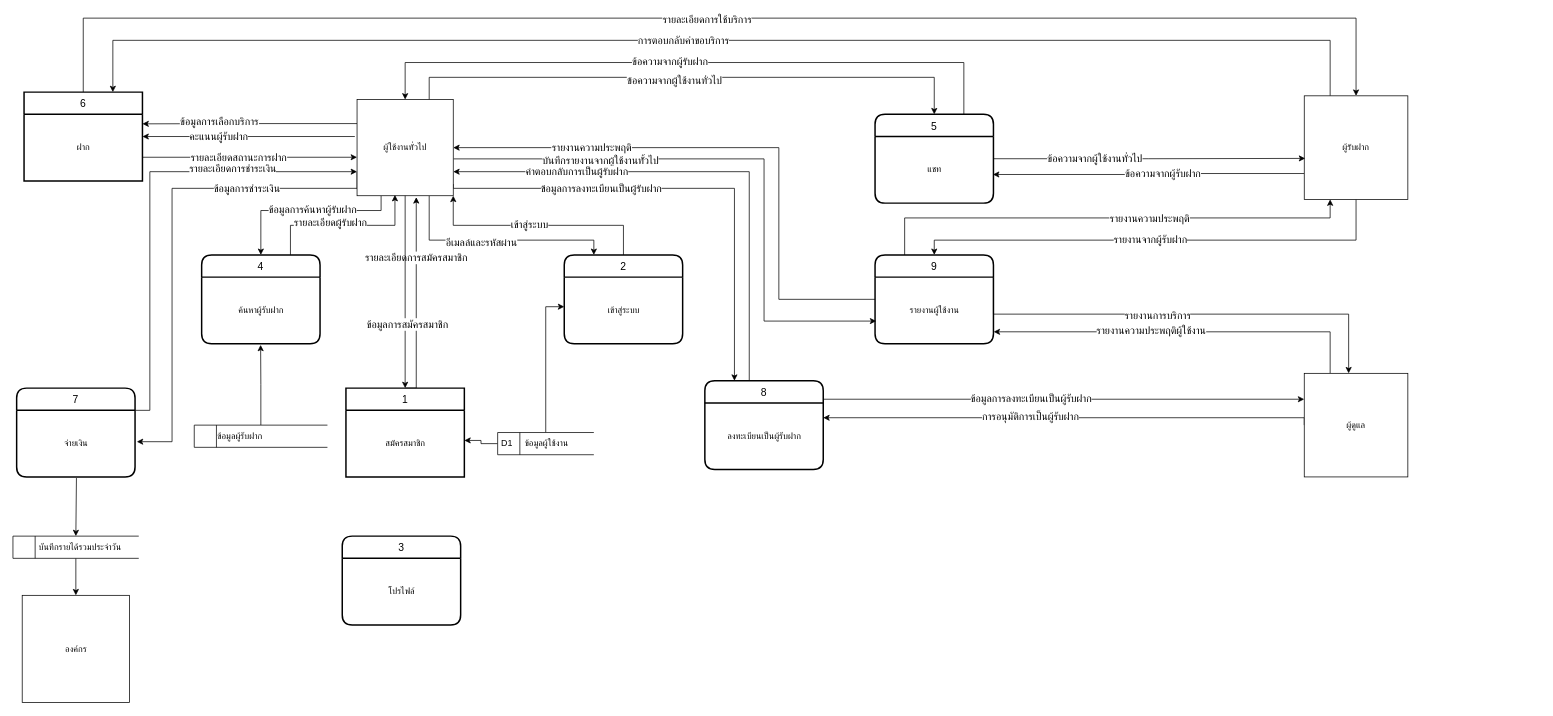
Above: page "level0" (3 of 13) of ProjectProcesses/HostDog_5DFD/dfd.drawio in Hostdogs/Project_Hostdog (draw.io), before the change. Source tidied: cells renumbered, new cells numbered last; positions are measured from the earlier drawing's top-left corner, leaving out a move shared by most shapes. Both pictures are drawn from the tidied source at 74%, with x=0, y=0 at pixel (13, 18).
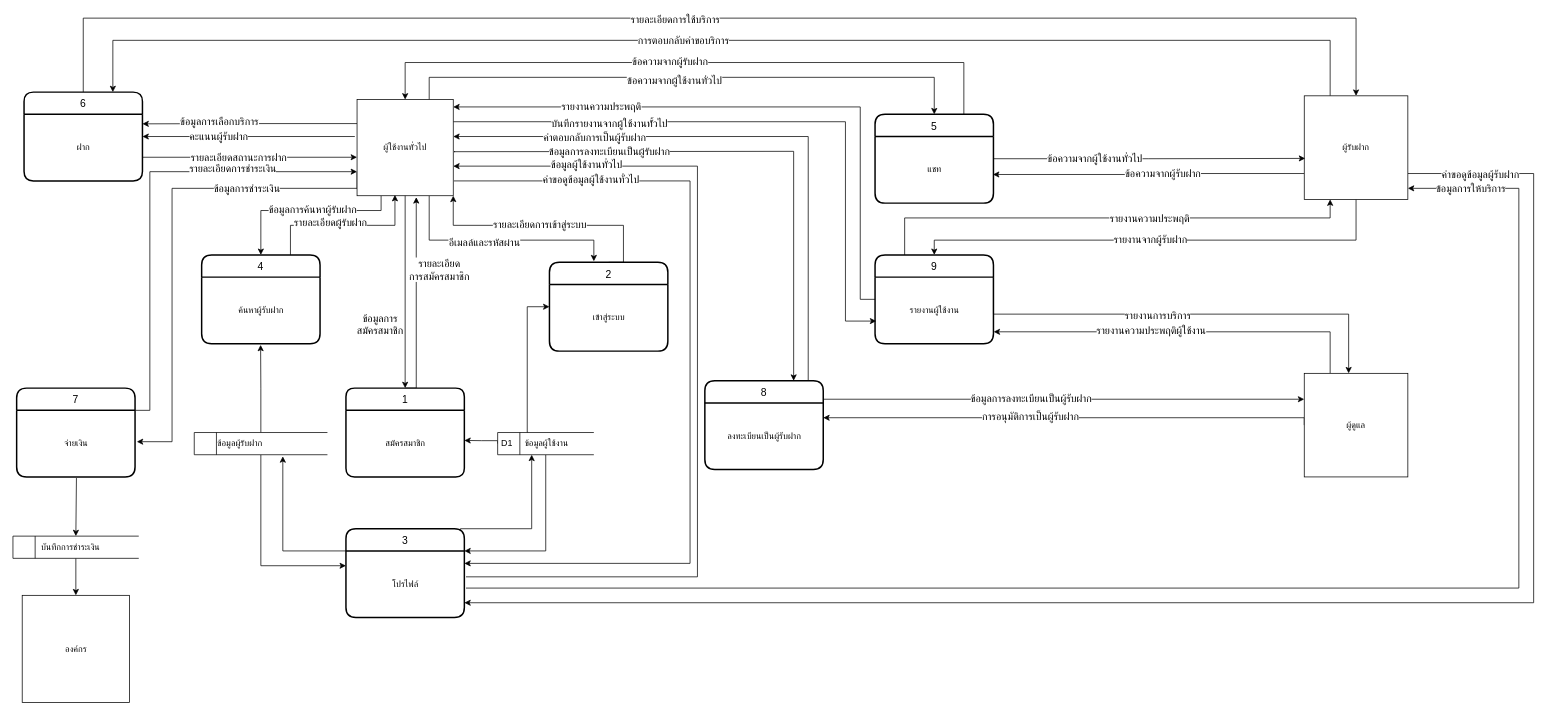
After the change.

The change refers to these unchanged cells:
```xml
<mxCell id="16" value="ผู้ใช้งานทั่วไป" style="whiteSpace=wrap;html=1;align=center;" parent="1" vertex="1">
  <mxGeometry x="465" y="110" width="130" height="130" as="geometry" />
</mxCell>
<mxCell id="28" value="ผู้รับฝาก" style="whiteSpace=wrap;html=1;align=center;" parent="1" vertex="1">
  <mxGeometry x="1745" y="105" width="140" height="140" as="geometry" />
</mxCell>
<mxCell id="29" style="edgeStyle=orthogonalEdgeStyle;rounded=0;jettySize=auto;html=1;exitX=0.5;exitY=0;exitDx=0;exitDy=0;entryX=1;entryY=1;entryDx=0;entryDy=0;fontSize=14;" parent="1" edge="1" source="31" target="16">
  <mxGeometry relative="1" as="geometry">
    <Array as="points">
      <mxPoint x="825" y="280" />
      <mxPoint x="595" y="280" />
    </Array>
  </mxGeometry>
</mxCell>
<mxCell id="32" value="เข้าสู่ระบบ" style="text;html=1;align=center;verticalAlign=middle;points=[];" parent="31" vertex="1">
  <mxGeometry y="30" width="160" height="90" as="geometry" />
</mxCell>
<mxCell id="34" value="โปรไฟล์" style="text;html=1;align=center;verticalAlign=middle;points=[];" parent="33" vertex="1">
  <mxGeometry y="30" width="160" height="90" as="geometry" />
</mxCell>
<mxCell id="41" style="edgeStyle=orthogonalEdgeStyle;rounded=0;jettySize=auto;html=1;exitX=0.5;exitY=0;exitDx=0;exitDy=0;entryX=0.5;entryY=0;entryDx=0;entryDy=0;fontSize=14;" parent="1" edge="1" source="43" target="28">
  <mxGeometry relative="1" as="geometry">
    <Array as="points">
      <mxPoint x="95" />
      <mxPoint x="1815" />
    </Array>
  </mxGeometry>
</mxCell>
<mxCell id="53" value="8" style="swimlane;horizontal=1;startSize=30;rounded=1;fontSize=14;fontStyle=0;strokeWidth=2;shadow=0;dashed=0;align=center;labelPosition=center;verticalLabelPosition=middle;verticalAlign=middle;" parent="1" vertex="1">
  <mxGeometry x="935" y="490" width="160" height="120" as="geometry" />
</mxCell>
<mxCell id="61" value="9" style="swimlane;horizontal=1;startSize=30;rounded=1;fontSize=14;fontStyle=0;strokeWidth=2;shadow=0;dashed=0;align=center;labelPosition=center;verticalLabelPosition=middle;verticalAlign=middle;" parent="1" vertex="1">
  <mxGeometry x="1165" y="320" width="160" height="120" as="geometry" />
</mxCell>
<mxCell id="62" value="รายงานผู้ใช้งาน" style="text;html=1;align=center;verticalAlign=middle;points=[];" parent="61" vertex="1">
  <mxGeometry y="30" width="160" height="90" as="geometry" />
</mxCell>
<mxCell id="63" style="edgeStyle=orthogonalEdgeStyle;rounded=0;jettySize=auto;html=1;fontSize=14;labelPosition=center;verticalLabelPosition=middle;align=center;verticalAlign=middle;exitX=0.5;exitY=0;exitDx=0;exitDy=0;" parent="1" edge="1" source="65">
  <mxGeometry relative="1" as="geometry">
    <mxPoint x="545" y="242" as="targetPoint" />
    <Array as="points">
      <mxPoint x="545" y="500" />
    </Array>
  </mxGeometry>
</mxCell>
<mxCell id="66" value="สมัครสมาชิก" style="text;html=1;align=center;verticalAlign=middle;points=[];" parent="65" vertex="1">
  <mxGeometry y="30" width="160" height="90" as="geometry" />
</mxCell>
<mxCell id="69" value="D1&amp;nbsp; &amp;nbsp; &amp;nbsp;ข้อมูลผู้ใช้งาน" style="html=1;dashed=0;whitespace=wrap;shape=mxgraph.dfd.dataStoreID;align=left;spacingLeft=3;points=[[0,0],[0.5,0],[1,0],[0,0.5],[1,0.5],[0,1],[0.5,1],[1,1]];" parent="1" vertex="1">
  <mxGeometry x="655" y="560" width="130" height="30" as="geometry" />
</mxCell>
<mxCell id="70" style="endArrow=classic;html=1;fontSize=14;entryX=0.5;entryY=0;entryDx=0;entryDy=0;exitX=0.5;exitY=1;exitDx=0;exitDy=0;" parent="1" edge="1" source="16" target="65">
  <mxGeometry relative="1" as="geometry" />
</mxCell>
```

What changed in the source:
```diff
@@
-    <mxCell id="2" style="edgeStyle=orthogonalEdgeStyle;rounded=0;jettySize=auto;html=1;fontSize=14;entryX=0.25;entryY=0;entryDx=0;entryDy=0;exitX=0.75;exitY=1;exitDx=0;exitDy=0;" parent="1" edge="1" source="16" target="31">
+    <mxCell id="2" style="edgeStyle=orthogonalEdgeStyle;rounded=0;jettySize=auto;html=1;fontSize=14;entryX=0.375;entryY=-0.012;entryDx=0;entryDy=0;exitX=0.75;exitY=1;exitDx=0;exitDy=0;entryPerimeter=0;" parent="1" edge="1" source="16" target="31">
       <mxGeometry relative="1" as="geometry">
         <Array as="points">
-          <mxPoint x="562" y="300" />
+          <mxPoint x="563" y="300" />
           <mxPoint x="785" y="300" />
         </Array>
       </mxGeometry>
     </mxCell>
@@
-    <mxCell id="10" style="edgeStyle=orthogonalEdgeStyle;rounded=0;jettySize=auto;html=1;exitX=1.008;exitY=0.885;exitDx=0;exitDy=0;entryX=0.25;entryY=0;entryDx=0;entryDy=0;fontSize=14;exitPerimeter=0;" parent="1" edge="1" source="16" target="53">
+    <mxCell id="10" style="edgeStyle=orthogonalEdgeStyle;rounded=0;jettySize=auto;html=1;exitX=1.019;exitY=0.542;exitDx=0;exitDy=0;fontSize=14;exitPerimeter=0;entryX=0.75;entryY=0;entryDx=0;entryDy=0;" parent="1" edge="1" source="16" target="53">
       <mxGeometry relative="1" as="geometry">
         <Array as="points">
-          <mxPoint x="595" y="230" />
-          <mxPoint x="975" y="230" />
+          <mxPoint x="596" y="181" />
+          <mxPoint x="1055" y="180" />
         </Array>
       </mxGeometry>
     </mxCell>
     <mxCell id="11" value="ข้อมูลการลงทะเบียนเป็นผู้รับฝาก" style="edgeLabel;html=1;align=center;verticalAlign=middle;fontSize=14;" parent="10" vertex="1">
       <mxGeometry x="-0.07" y="5" relative="1" as="geometry">
-        <mxPoint x="-95" y="5" as="offset" />
+        <mxPoint x="-147.2" y="5" as="offset" />
       </mxGeometry>
     </mxCell>
-    <mxCell id="12" style="edgeStyle=orthogonalEdgeStyle;rounded=0;jettySize=auto;html=1;exitX=1.003;exitY=0.617;exitDx=0;exitDy=0;entryX=0.01;entryY=0.66;entryDx=0;entryDy=0;entryPerimeter=0;fontSize=14;exitPerimeter=0;" parent="1" edge="1" source="16" target="62">
+    <mxCell id="12" style="edgeStyle=orthogonalEdgeStyle;rounded=0;jettySize=auto;html=1;entryX=0.01;entryY=0.66;entryDx=0;entryDy=0;entryPerimeter=0;fontSize=14;" parent="1" edge="1" target="62">
       <mxGeometry relative="1" as="geometry">
+        <mxPoint x="595" y="140" as="sourcePoint" />
         <Array as="points">
-          <mxPoint x="1015" y="190" />
-          <mxPoint x="1015" y="409" />
+          <mxPoint x="1125" y="140" />
+          <mxPoint x="1125" y="409" />
         </Array>
       </mxGeometry>
     </mxCell>
@@
+    <mxCell id="86" style="edgeStyle=orthogonalEdgeStyle;rounded=0;jettySize=auto;html=1;fontSize=14;exitX=1.007;exitY=0.846;exitDx=0;exitDy=0;exitPerimeter=0;entryX=1;entryY=0.187;entryDx=0;entryDy=0;entryPerimeter=0;" parent="1" edge="1" source="16" target="34">
+      <mxGeometry relative="1" as="geometry">
+        <Array as="points">
+          <mxPoint x="915" y="220" />
+          <mxPoint x="915" y="737" />
+        </Array>
+      </mxGeometry>
+    </mxCell>
+    <mxCell id="87" value="คำขอดูข้อมูลผู้ใช้งานทั่วไป" style="edgeLabel;html=1;align=center;verticalAlign=middle;fontSize=14;" parent="86" vertex="1">
+      <mxGeometry x="-0.78" y="2" relative="1" as="geometry">
+        <mxPoint x="59.7" as="offset" />
+      </mxGeometry>
+    </mxCell>
@@
+    <mxCell id="88" style="edgeStyle=orthogonalEdgeStyle;rounded=0;jettySize=auto;html=1;exitX=1;exitY=0.75;exitDx=0;exitDy=0;fontSize=14;entryX=1;entryY=0.778;entryDx=0;entryDy=0;entryPerimeter=0;" parent="1" edge="1" source="28" target="34">
+      <mxGeometry relative="1" as="geometry">
+        <Array as="points">
+          <mxPoint x="2055" y="210" />
+          <mxPoint x="2055" y="790" />
+        </Array>
+      </mxGeometry>
+    </mxCell>
+    <mxCell id="89" value="คำขอดูข้อมูลผู้รับฝาก" style="edgeLabel;html=1;align=center;verticalAlign=middle;fontSize=14;" parent="88" vertex="1">
+      <mxGeometry x="-0.91" relative="1" as="geometry">
+        <mxPoint x="-1.2" as="offset" />
+      </mxGeometry>
+    </mxCell>
@@
-    <mxCell id="30" value="เข้าสู่ระบบ" style="edgeLabel;html=1;align=center;verticalAlign=middle;fontSize=14;" parent="29" vertex="1">
+    <mxCell id="30" value="รายละเอียดการเข้าสู่ระบบ" style="edgeLabel;html=1;align=center;verticalAlign=middle;fontSize=14;" parent="29" vertex="1">
       <mxGeometry x="0.09" y="-2" relative="1" as="geometry">
         <mxPoint x="1" as="offset" />
       </mxGeometry>
     </mxCell>
     <mxCell id="31" value="2" style="swimlane;horizontal=1;startSize=30;rounded=1;fontSize=14;fontStyle=0;strokeWidth=2;shadow=0;dashed=0;align=center;labelPosition=center;verticalLabelPosition=middle;verticalAlign=middle;" parent="1" vertex="1">
-      <mxGeometry x="745" y="320" width="160" height="120" as="geometry" />
+      <mxGeometry x="725" y="330" width="160" height="120" as="geometry" />
     </mxCell>
@@
+    <mxCell id="90" style="edgeStyle=orthogonalEdgeStyle;rounded=0;jettySize=auto;html=1;exitX=1.014;exitY=0.389;exitDx=0;exitDy=0;fontSize=14;exitPerimeter=0;" parent="1" edge="1" source="34">
+      <mxGeometry relative="1" as="geometry">
+        <mxPoint x="595" y="200" as="targetPoint" />
+        <Array as="points">
+          <mxPoint x="925" y="755" />
+          <mxPoint x="925" y="200" />
+          <mxPoint x="595" y="200" />
+        </Array>
+      </mxGeometry>
+    </mxCell>
+    <mxCell id="91" value="ข้อมูลผู้ใช้งานทั่วไป" style="edgeLabel;html=1;align=center;verticalAlign=middle;fontSize=14;" parent="90" vertex="1">
+      <mxGeometry x="0.76" y="-3" relative="1" as="geometry">
+        <mxPoint x="35.5" y="0.5" as="offset" />
+      </mxGeometry>
+    </mxCell>
+    <mxCell id="92" style="edgeStyle=orthogonalEdgeStyle;rounded=0;jettySize=auto;html=1;exitX=1.014;exitY=0.558;exitDx=0;exitDy=0;fontSize=14;exitPerimeter=0;" parent="1" edge="1" source="34">
+      <mxGeometry relative="1" as="geometry">
+        <mxPoint x="1885" y="230" as="targetPoint" />
+        <Array as="points">
+          <mxPoint x="2035" y="770" />
+          <mxPoint x="2035" y="230" />
+        </Array>
+      </mxGeometry>
+    </mxCell>
+    <mxCell id="93" value="ข้อมูลการให้บริการ" style="edgeLabel;html=1;align=center;verticalAlign=middle;fontSize=14;" parent="92" vertex="1">
+      <mxGeometry x="0.92" relative="1" as="geometry" />
+    </mxCell>
+    <mxCell id="94" style="edgeStyle=orthogonalEdgeStyle;rounded=0;jettySize=auto;html=1;exitX=0;exitY=0.25;exitDx=0;exitDy=0;entryX=0.665;entryY=1.072;entryDx=0;entryDy=0;entryPerimeter=0;fontSize=14;" parent="1" edge="1" source="33" target="85">
+      <mxGeometry relative="1" as="geometry" />
+    </mxCell>
+    <mxCell id="95" style="edgeStyle=orthogonalEdgeStyle;rounded=0;jettySize=auto;html=1;exitX=0.967;exitY=0.012;exitDx=0;exitDy=0;fontSize=14;exitPerimeter=0;" parent="1" edge="1" source="33" target="69">
+      <mxGeometry relative="1" as="geometry">
+        <Array as="points">
+          <mxPoint x="605" y="690" />
+          <mxPoint x="701" y="690" />
+        </Array>
+      </mxGeometry>
+    </mxCell>
     <mxCell id="33" value="3" style="swimlane;horizontal=1;startSize=30;rounded=1;fontSize=14;fontStyle=0;strokeWidth=2;shadow=0;dashed=0;align=center;labelPosition=center;verticalLabelPosition=middle;verticalAlign=middle;" parent="1" vertex="1">
-      <mxGeometry x="445" y="700" width="160" height="120" as="geometry" />
+      <mxGeometry x="450" y="690" width="160" height="120" as="geometry" />
     </mxCell>
@@
     <mxCell id="42" value="รายละเอียดการใช้บริการ" style="edgeLabel;html=1;align=center;verticalAlign=middle;fontSize=14;" parent="41" vertex="1">
       <mxGeometry x="-0.02" y="-1" relative="1" as="geometry">
-        <mxPoint x="-1" as="offset" />
+        <mxPoint x="-43.6" as="offset" />
       </mxGeometry>
     </mxCell>
-    <mxCell id="43" value="6" style="swimlane;horizontal=1;startSize=30;rounded=1;fontSize=14;fontStyle=0;strokeWidth=2;shadow=0;dashed=0;align=center;labelPosition=center;verticalLabelPosition=middle;verticalAlign=middle;arcSize=0;" parent="1" vertex="1">
+    <mxCell id="43" value="6" style="swimlane;horizontal=1;startSize=30;rounded=1;fontSize=14;fontStyle=0;strokeWidth=2;shadow=0;dashed=0;align=center;labelPosition=center;verticalLabelPosition=middle;verticalAlign=middle;arcSize=14;" parent="1" vertex="1">
       <mxGeometry x="15" y="100" width="160" height="120" as="geometry" />
     </mxCell>
@@
-    <mxCell id="49" style="edgeStyle=orthogonalEdgeStyle;rounded=0;jettySize=auto;html=1;exitX=0.5;exitY=0;exitDx=0;exitDy=0;fontSize=14;entryX=1;entryY=0.75;entryDx=0;entryDy=0;" parent="1" edge="1" source="53" target="16">
+    <mxCell id="49" style="edgeStyle=orthogonalEdgeStyle;rounded=0;jettySize=auto;html=1;exitX=0.873;exitY=0.001;exitDx=0;exitDy=0;fontSize=14;exitPerimeter=0;" parent="1" edge="1" source="53">
       <mxGeometry relative="1" as="geometry">
+        <mxPoint x="595" y="160" as="targetPoint" />
         <Array as="points">
-          <mxPoint x="995" y="490" />
-          <mxPoint x="995" y="208" />
+          <mxPoint x="1075" y="160" />
         </Array>
       </mxGeometry>
     </mxCell>
@@
-    <mxCell id="55" style="edgeStyle=orthogonalEdgeStyle;rounded=0;jettySize=auto;html=1;exitX=0;exitY=0.5;exitDx=0;exitDy=0;entryX=1;entryY=0.5;entryDx=0;entryDy=0;fontSize=14;" parent="1" edge="1" source="61" target="16">
+    <mxCell id="55" style="edgeStyle=orthogonalEdgeStyle;rounded=0;jettySize=auto;html=1;exitX=0;exitY=0.5;exitDx=0;exitDy=0;fontSize=14;" parent="1" edge="1" source="61">
       <mxGeometry relative="1" as="geometry">
+        <mxPoint x="595" y="120" as="targetPoint" />
         <Array as="points">
-          <mxPoint x="1035" y="380" />
-          <mxPoint x="1035" y="175" />
+          <mxPoint x="1145" y="380" />
+          <mxPoint x="1145" y="120" />
         </Array>
       </mxGeometry>
     </mxCell>
@@
-    <mxCell id="64" value="รายละเอียดการสมัครสมาชิก" style="edgeLabel;html=1;align=center;verticalAlign=middle;fontSize=14;" parent="63" vertex="1">
-      <mxGeometry x="0.41" y="1" relative="1" as="geometry" />
+    <mxCell id="64" value="รายละเอียด&lt;br&gt;การสมัครสมาชิก" style="edgeLabel;html=1;align=center;verticalAlign=middle;fontSize=14;" parent="63" vertex="1">
+      <mxGeometry x="0.41" y="1" relative="1" as="geometry">
+        <mxPoint x="31" y="16.7" as="offset" />
+      </mxGeometry>
     </mxCell>
-    <mxCell id="65" value="1" style="swimlane;horizontal=1;startSize=30;rounded=1;fontSize=14;fontStyle=0;strokeWidth=2;shadow=0;dashed=0;align=center;labelPosition=center;verticalLabelPosition=middle;verticalAlign=middle;arcSize=0;" parent="1" vertex="1">
+    <mxCell id="65" value="1" style="swimlane;horizontal=1;startSize=30;rounded=1;fontSize=14;fontStyle=0;strokeWidth=2;shadow=0;dashed=0;align=center;labelPosition=center;verticalLabelPosition=middle;verticalAlign=middle;arcSize=13;" parent="1" vertex="1">
       <mxGeometry x="450" y="500" width="160" height="120" as="geometry" />
     </mxCell>
@@
     <mxCell id="67" style="edgeStyle=orthogonalEdgeStyle;rounded=0;jettySize=auto;html=1;exitX=0;exitY=0.5;exitDx=0;exitDy=0;entryX=1;entryY=0.452;entryDx=0;entryDy=0;entryPerimeter=0;fontSize=14;" parent="1" edge="1" source="69" target="66">
-      <mxGeometry relative="1" as="geometry" />
+      <mxGeometry relative="1" as="geometry">
+        <Array as="points">
+          <mxPoint x="655" y="571" />
+          <mxPoint x="633" y="571" />
+        </Array>
+      </mxGeometry>
     </mxCell>
-    <mxCell id="68" style="edgeStyle=orthogonalEdgeStyle;rounded=0;jettySize=auto;html=1;exitX=0.5;exitY=0;exitDx=0;exitDy=0;fontSize=14;entryX=0;entryY=0.444;entryDx=0;entryDy=0;entryPerimeter=0;" parent="1" edge="1" source="69" target="32">
+    <mxCell id="68" style="edgeStyle=orthogonalEdgeStyle;rounded=0;jettySize=auto;html=1;exitX=0.317;exitY=-0.007;exitDx=0;exitDy=0;fontSize=14;exitPerimeter=0;" parent="1" edge="1" source="69">
       <mxGeometry relative="1" as="geometry">
+        <mxPoint x="725" y="390" as="targetPoint" />
         <Array as="points">
-          <mxPoint x="720" y="390" />
+          <mxPoint x="695" y="560" />
+          <mxPoint x="695" y="390" />
+          <mxPoint x="725" y="390" />
         </Array>
       </mxGeometry>
     </mxCell>
+    <mxCell id="96" style="edgeStyle=orthogonalEdgeStyle;rounded=0;jettySize=auto;html=1;exitX=0.5;exitY=1;exitDx=0;exitDy=0;entryX=1;entryY=0.25;entryDx=0;entryDy=0;fontSize=14;" parent="1" edge="1" source="69" target="33">
+      <mxGeometry relative="1" as="geometry" />
+    </mxCell>
@@
-    <mxCell id="71" value="ข้อมูลการสมัครสมาชิก" style="edgeLabel;html=1;align=center;verticalAlign=middle;fontSize=14;" parent="70" vertex="1">
-      <mxGeometry x="0.33" y="2" relative="1" as="geometry" />
+    <mxCell id="71" value="ข้อมูลการ&lt;br&gt;สมัครสมาชิก" style="edgeLabel;html=1;align=center;verticalAlign=middle;fontSize=14;" parent="70" vertex="1">
+      <mxGeometry x="0.33" y="2" relative="1" as="geometry">
+        <mxPoint x="-37" as="offset" />
+      </mxGeometry>
     </mxCell>
@@
-    <mxCell id="78" value="&amp;nbsp; &amp;nbsp; &amp;nbsp; &amp;nbsp; &amp;nbsp;บันทึกรายได้รวมประจำวัน" style="html=1;dashed=0;whitespace=wrap;shape=mxgraph.dfd.dataStoreID;align=left;spacingLeft=3;points=[[0,0],[0.5,0],[1,0],[0,0.5],[1,0.5],[0,1],[0.5,1],[1,1]];" parent="1" vertex="1">
+    <mxCell id="78" value="&amp;nbsp; &amp;nbsp; &amp;nbsp; &amp;nbsp; &amp;nbsp; บันทึกการชำระเงิน" style="html=1;dashed=0;whitespace=wrap;shape=mxgraph.dfd.dataStoreID;align=left;spacingLeft=3;points=[[0,0],[0.5,0],[1,0],[0,0.5],[1,0.5],[0,1],[0.5,1],[1,1]];" parent="1" vertex="1">
       <mxGeometry y="700" width="170" height="30" as="geometry" />
     </mxCell>
@@
+    <mxCell id="97" style="edgeStyle=orthogonalEdgeStyle;rounded=0;jettySize=auto;html=1;exitX=0.5;exitY=1;exitDx=0;exitDy=0;fontSize=14;" parent="1" edge="1" source="85">
+      <mxGeometry relative="1" as="geometry">
+        <mxPoint x="450" y="740" as="targetPoint" />
+        <Array as="points">
+          <mxPoint x="335" y="740" />
+          <mxPoint x="450" y="740" />
+        </Array>
+      </mxGeometry>
+    </mxCell>
     <mxCell id="85" value="&amp;nbsp; &amp;nbsp; &amp;nbsp; &amp;nbsp; ข้อมูลผู้รับฝาก" style="html=1;dashed=0;whitespace=wrap;shape=mxgraph.dfd.dataStoreID;align=left;spacingLeft=3;points=[[0,0],[0.5,0],[1,0],[0,0.5],[1,0.5],[0,1],[0.5,1],[1,1]];" parent="1" vertex="1">
-      <mxGeometry x="245" y="550" width="180" height="30" as="geometry" />
+      <mxGeometry x="245" y="560" width="180" height="30" as="geometry" />
     </mxCell>
```
